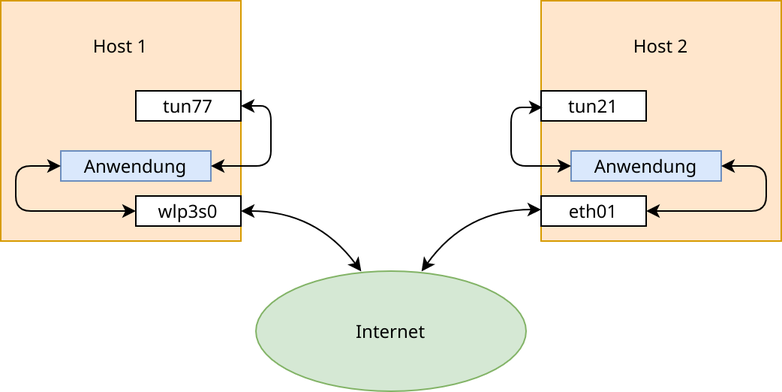
Above: latex/connection_physical.png in lucaswzyk/pres_tun_tap (draw.io), before the change. Source tidied: cells renumbered, new cells last; positions are measured from the earlier drawing's top-left corner, leaving out a move shared by most shapes. The source it was exported from:
```xml
<mxGraphModel>
  <root>
    <mxCell id="0" />
    <mxCell id="1" parent="0" />
    <mxCell id="2" style="rounded=0;whiteSpace=wrap;html=1;fillColor=#ffe6cc;strokeColor=#d79b00;" parent="1" vertex="1">
      <mxGeometry width="160" height="160" as="geometry" />
    </mxCell>
    <mxCell id="3" value="Host 1" style="text;html=1;strokeColor=none;fillColor=none;align=center;verticalAlign=middle;whiteSpace=wrap;rounded=0;" parent="1" vertex="1">
      <mxGeometry x="60" y="20" width="40" height="20" as="geometry" />
    </mxCell>
    <mxCell id="4" value="tun77" style="rounded=0;whiteSpace=wrap;html=1;" parent="1" vertex="1">
      <mxGeometry x="90" y="60" width="70" height="20" as="geometry" />
    </mxCell>
    <mxCell id="5" value="Anwendung" style="rounded=0;whiteSpace=wrap;html=1;fillColor=#dae8fc;strokeColor=#6c8ebf;" parent="1" vertex="1">
      <mxGeometry x="40" y="100" width="100" height="20" as="geometry" />
    </mxCell>
    <mxCell id="6" style="rounded=0;whiteSpace=wrap;html=1;fillColor=#ffe6cc;strokeColor=#d79b00;" parent="1" vertex="1">
      <mxGeometry x="360" width="160" height="160" as="geometry" />
    </mxCell>
    <mxCell id="7" value="Host 2" style="text;html=1;strokeColor=none;fillColor=none;align=center;verticalAlign=middle;whiteSpace=wrap;rounded=0;" parent="1" vertex="1">
      <mxGeometry x="420" y="20" width="40" height="20" as="geometry" />
    </mxCell>
    <mxCell id="8" value="tun21" style="rounded=0;whiteSpace=wrap;html=1;" parent="1" vertex="1">
      <mxGeometry x="360" y="60" width="70" height="20" as="geometry" />
    </mxCell>
    <mxCell id="9" style="endArrow=classic;startArrow=classic;html=1;entryX=1;entryY=0.5;entryDx=0;entryDy=0;exitX=1;exitY=0.5;exitDx=0;exitDy=0;rounded=1;" parent="1" edge="1" source="5" target="4">
      <mxGeometry relative="1" as="geometry">
        <Array as="points">
          <mxPoint x="180" y="110" />
          <mxPoint x="180" y="70" />
        </Array>
      </mxGeometry>
    </mxCell>
    <mxCell id="10" value="wlp3s0" style="rounded=0;whiteSpace=wrap;html=1;" parent="1" vertex="1">
      <mxGeometry x="90" y="130" width="70" height="20" as="geometry" />
    </mxCell>
    <mxCell id="11" value="eth01" style="rounded=0;whiteSpace=wrap;html=1;" parent="1" vertex="1">
      <mxGeometry x="360" y="130" width="70" height="20" as="geometry" />
    </mxCell>
    <mxCell id="12" style="endArrow=classic;startArrow=classic;html=1;entryX=0;entryY=0.5;entryDx=0;entryDy=0;exitX=0;exitY=0.5;exitDx=0;exitDy=0;" parent="1" edge="1" source="10" target="5">
      <mxGeometry relative="1" as="geometry">
        <Array as="points">
          <mxPoint x="10" y="140" />
          <mxPoint x="10" y="110" />
        </Array>
      </mxGeometry>
    </mxCell>
    <mxCell id="13" value="Anwendung" style="rounded=0;whiteSpace=wrap;html=1;fillColor=#dae8fc;strokeColor=#6c8ebf;" parent="1" vertex="1">
      <mxGeometry x="380" y="100" width="100" height="20" as="geometry" />
    </mxCell>
    <mxCell id="14" style="endArrow=classic;startArrow=classic;html=1;entryX=0.006;entryY=0.444;entryDx=0;entryDy=0;entryPerimeter=0;exitX=0;exitY=0.5;exitDx=0;exitDy=0;" parent="1" edge="1" source="13" target="6">
      <mxGeometry relative="1" as="geometry">
        <Array as="points">
          <mxPoint x="340" y="110" />
          <mxPoint x="340" y="71" />
        </Array>
      </mxGeometry>
    </mxCell>
    <mxCell id="15" style="endArrow=classic;startArrow=classic;html=1;entryX=1;entryY=0.5;entryDx=0;entryDy=0;exitX=1;exitY=0.5;exitDx=0;exitDy=0;" parent="1" edge="1" source="11" target="13">
      <mxGeometry relative="1" as="geometry">
        <Array as="points">
          <mxPoint x="510" y="140" />
          <mxPoint x="510" y="110" />
        </Array>
      </mxGeometry>
    </mxCell>
    <mxCell id="16" value="Internet" style="ellipse;whiteSpace=wrap;html=1;fillColor=#d5e8d4;strokeColor=#82b366;" parent="1" vertex="1">
      <mxGeometry x="170" y="180" width="180" height="80" as="geometry" />
    </mxCell>
    <mxCell id="17" style="endArrow=classic;startArrow=classic;html=1;entryX=1;entryY=0.5;entryDx=0;entryDy=0;strokeColor=#000000;curved=1;exitX=0.39;exitY=0.003;exitDx=0;exitDy=0;exitPerimeter=0;" parent="1" edge="1" source="16" target="10">
      <mxGeometry relative="1" as="geometry">
        <Array as="points">
          <mxPoint x="210" y="140" />
        </Array>
      </mxGeometry>
    </mxCell>
    <mxCell id="18" style="endArrow=classic;startArrow=classic;html=1;strokeColor=#000000;entryX=0;entryY=0.869;entryDx=0;entryDy=0;entryPerimeter=0;curved=1;exitX=0.613;exitY=0.003;exitDx=0;exitDy=0;exitPerimeter=0;" parent="1" edge="1" source="16" target="6">
      <mxGeometry relative="1" as="geometry">
        <Array as="points">
          <mxPoint x="310" y="139" />
        </Array>
      </mxGeometry>
    </mxCell>
  </root>
</mxGraphModel>
```
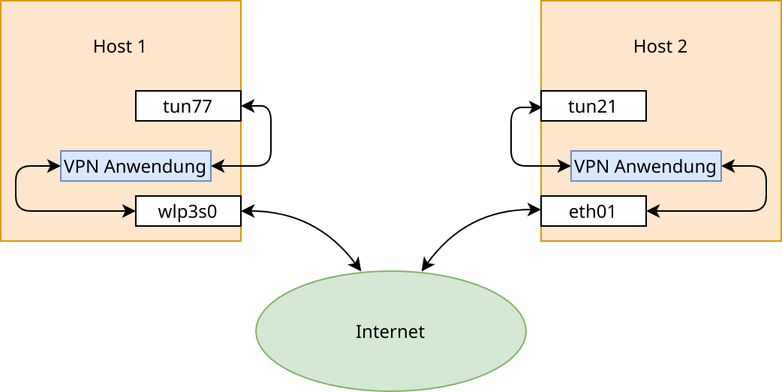
After the commit.

What changed in the source:
```diff
@@ -2,68 +2,68 @@
   <root>
     <mxCell id="0" />
     <mxCell id="1" parent="0" />
-    <mxCell id="2" style="rounded=0;whiteSpace=wrap;html=1;fillColor=#ffe6cc;strokeColor=#d79b00;" parent="1" vertex="1">
-      <mxGeometry width="160" height="160" as="geometry" />
-    </mxCell>
+    <mxCell id="19" style="rounded=0;whiteSpace=wrap;html=1;fillColor=#ffe6cc;strokeColor=#d79b00;" parent="1" vertex="1">
+      <mxGeometry width="160" height="160" as="geometry" />
+    </mxCell>
     <mxCell id="3" value="Host 1" style="text;html=1;strokeColor=none;fillColor=none;align=center;verticalAlign=middle;whiteSpace=wrap;rounded=0;" parent="1" vertex="1">
       <mxGeometry x="60" y="20" width="40" height="20" as="geometry" />
     </mxCell>
     <mxCell id="4" value="tun77" style="rounded=0;whiteSpace=wrap;html=1;" parent="1" vertex="1">
       <mxGeometry x="90" y="60" width="70" height="20" as="geometry" />
     </mxCell>
-    <mxCell id="5" value="Anwendung" style="rounded=0;whiteSpace=wrap;html=1;fillColor=#dae8fc;strokeColor=#6c8ebf;" parent="1" vertex="1">
-      <mxGeometry x="40" y="100" width="100" height="20" as="geometry" />
-    </mxCell>
-    <mxCell id="6" style="rounded=0;whiteSpace=wrap;html=1;fillColor=#ffe6cc;strokeColor=#d79b00;" parent="1" vertex="1">
-      <mxGeometry x="360" width="160" height="160" as="geometry" />
-    </mxCell>
+    <mxCell id="20" value="VPN Anwendung" style="rounded=0;whiteSpace=wrap;html=1;fillColor=#dae8fc;strokeColor=#6c8ebf;" parent="1" vertex="1">
+      <mxGeometry x="40" y="100" width="100" height="20" as="geometry" />
+    </mxCell>
+    <mxCell id="21" style="rounded=0;whiteSpace=wrap;html=1;fillColor=#ffe6cc;strokeColor=#d79b00;" parent="1" vertex="1">
+      <mxGeometry x="360" width="160" height="160" as="geometry" />
+    </mxCell>
     <mxCell id="7" value="Host 2" style="text;html=1;strokeColor=none;fillColor=none;align=center;verticalAlign=middle;whiteSpace=wrap;rounded=0;" parent="1" vertex="1">
       <mxGeometry x="420" y="20" width="40" height="20" as="geometry" />
     </mxCell>
     <mxCell id="8" value="tun21" style="rounded=0;whiteSpace=wrap;html=1;" parent="1" vertex="1">
       <mxGeometry x="360" y="60" width="70" height="20" as="geometry" />
     </mxCell>
-    <mxCell id="9" style="endArrow=classic;startArrow=classic;html=1;entryX=1;entryY=0.5;entryDx=0;entryDy=0;exitX=1;exitY=0.5;exitDx=0;exitDy=0;rounded=1;" parent="1" edge="1" source="5" target="4">
-      <mxGeometry relative="1" as="geometry">
-        <Array as="points">
-          <mxPoint x="180" y="110" />
-          <mxPoint x="180" y="70" />
-        </Array>
-      </mxGeometry>
-    </mxCell>
+    <mxCell id="22" style="endArrow=classic;startArrow=classic;html=1;entryX=1;entryY=0.5;entryDx=0;entryDy=0;exitX=1;exitY=0.5;exitDx=0;exitDy=0;rounded=1;" parent="1" edge="1" source="20" target="4">
+      <mxGeometry relative="1" as="geometry">
+        <Array as="points">
+          <mxPoint x="180" y="110" />
+          <mxPoint x="180" y="70" />
+        </Array>
+      </mxGeometry>
+    </mxCell>
     <mxCell id="10" value="wlp3s0" style="rounded=0;whiteSpace=wrap;html=1;" parent="1" vertex="1">
       <mxGeometry x="90" y="130" width="70" height="20" as="geometry" />
     </mxCell>
     <mxCell id="11" value="eth01" style="rounded=0;whiteSpace=wrap;html=1;" parent="1" vertex="1">
       <mxGeometry x="360" y="130" width="70" height="20" as="geometry" />
     </mxCell>
-    <mxCell id="12" style="endArrow=classic;startArrow=classic;html=1;entryX=0;entryY=0.5;entryDx=0;entryDy=0;exitX=0;exitY=0.5;exitDx=0;exitDy=0;" parent="1" edge="1" source="10" target="5">
-      <mxGeometry relative="1" as="geometry">
-        <Array as="points">
-          <mxPoint x="10" y="140" />
-          <mxPoint x="10" y="110" />
-        </Array>
-      </mxGeometry>
-    </mxCell>
-    <mxCell id="13" value="Anwendung" style="rounded=0;whiteSpace=wrap;html=1;fillColor=#dae8fc;strokeColor=#6c8ebf;" parent="1" vertex="1">
-      <mxGeometry x="380" y="100" width="100" height="20" as="geometry" />
-    </mxCell>
-    <mxCell id="14" style="endArrow=classic;startArrow=classic;html=1;entryX=0.006;entryY=0.444;entryDx=0;entryDy=0;entryPerimeter=0;exitX=0;exitY=0.5;exitDx=0;exitDy=0;" parent="1" edge="1" source="13" target="6">
-      <mxGeometry relative="1" as="geometry">
-        <Array as="points">
-          <mxPoint x="340" y="110" />
-          <mxPoint x="340" y="71" />
-        </Array>
-      </mxGeometry>
-    </mxCell>
-    <mxCell id="15" style="endArrow=classic;startArrow=classic;html=1;entryX=1;entryY=0.5;entryDx=0;entryDy=0;exitX=1;exitY=0.5;exitDx=0;exitDy=0;" parent="1" edge="1" source="11" target="13">
-      <mxGeometry relative="1" as="geometry">
-        <Array as="points">
-          <mxPoint x="510" y="140" />
-          <mxPoint x="510" y="110" />
-        </Array>
-      </mxGeometry>
-    </mxCell>
+    <mxCell id="23" style="endArrow=classic;startArrow=classic;html=1;entryX=0;entryY=0.5;entryDx=0;entryDy=0;exitX=0;exitY=0.5;exitDx=0;exitDy=0;" parent="1" edge="1" source="10" target="20">
+      <mxGeometry relative="1" as="geometry">
+        <Array as="points">
+          <mxPoint x="10" y="140" />
+          <mxPoint x="10" y="110" />
+        </Array>
+      </mxGeometry>
+    </mxCell>
+    <mxCell id="24" value="VPN Anwendung" style="rounded=0;whiteSpace=wrap;html=1;fillColor=#dae8fc;strokeColor=#6c8ebf;" parent="1" vertex="1">
+      <mxGeometry x="380" y="100" width="100" height="20" as="geometry" />
+    </mxCell>
+    <mxCell id="25" style="endArrow=classic;startArrow=classic;html=1;entryX=0.006;entryY=0.444;entryDx=0;entryDy=0;entryPerimeter=0;exitX=0;exitY=0.5;exitDx=0;exitDy=0;" parent="1" edge="1" source="24" target="21">
+      <mxGeometry relative="1" as="geometry">
+        <Array as="points">
+          <mxPoint x="340" y="110" />
+          <mxPoint x="340" y="71" />
+        </Array>
+      </mxGeometry>
+    </mxCell>
+    <mxCell id="26" style="endArrow=classic;startArrow=classic;html=1;entryX=1;entryY=0.5;entryDx=0;entryDy=0;exitX=1;exitY=0.5;exitDx=0;exitDy=0;" parent="1" edge="1" source="11" target="24">
+      <mxGeometry relative="1" as="geometry">
+        <Array as="points">
+          <mxPoint x="510" y="140" />
+          <mxPoint x="510" y="110" />
+        </Array>
+      </mxGeometry>
+    </mxCell>
     <mxCell id="16" value="Internet" style="ellipse;whiteSpace=wrap;html=1;fillColor=#d5e8d4;strokeColor=#82b366;" parent="1" vertex="1">
       <mxGeometry x="170" y="180" width="180" height="80" as="geometry" />
     </mxCell>
@@ -74,12 +74,12 @@
         </Array>
       </mxGeometry>
     </mxCell>
-    <mxCell id="18" style="endArrow=classic;startArrow=classic;html=1;strokeColor=#000000;entryX=0;entryY=0.869;entryDx=0;entryDy=0;entryPerimeter=0;curved=1;exitX=0.613;exitY=0.003;exitDx=0;exitDy=0;exitPerimeter=0;" parent="1" edge="1" source="16" target="6">
-      <mxGeometry relative="1" as="geometry">
-        <Array as="points">
-          <mxPoint x="310" y="139" />
-        </Array>
-      </mxGeometry>
-    </mxCell>
+    <mxCell id="27" style="endArrow=classic;startArrow=classic;html=1;strokeColor=#000000;entryX=0;entryY=0.869;entryDx=0;entryDy=0;entryPerimeter=0;curved=1;exitX=0.613;exitY=0.003;exitDx=0;exitDy=0;exitPerimeter=0;" parent="1" edge="1" source="16" target="21">
+      <mxGeometry relative="1" as="geometry">
+        <Array as="points">
+          <mxPoint x="310" y="139" />
+        </Array>
+      </mxGeometry>
+    </mxCell>
   </root>
 </mxGraphModel>
```
